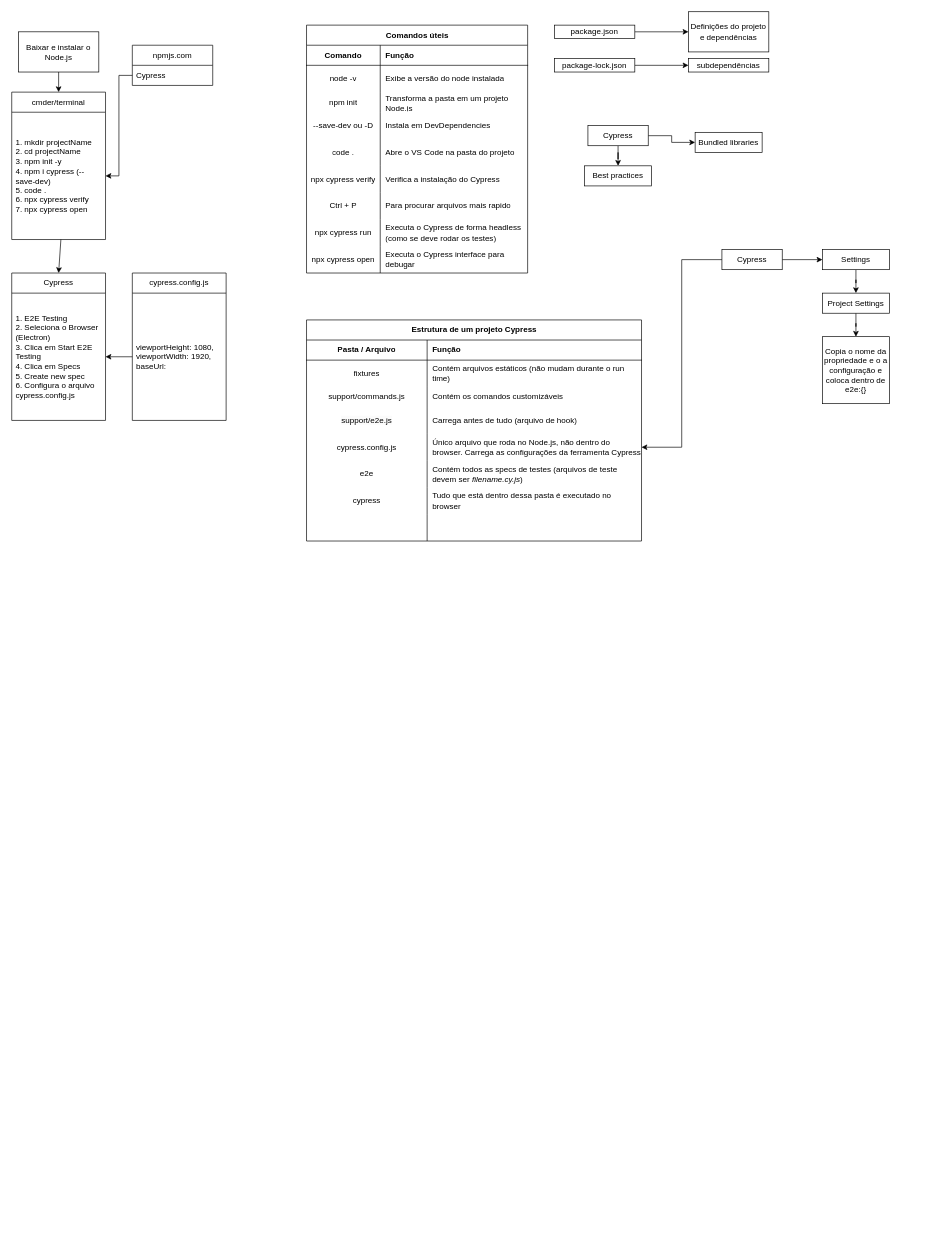
Earlier version of the draw.io diagram page "setup" (2 of 4) of introdutorio.drawio (ignaciohrafael/projetoCy). Source tidied: cells renumbered, new cells numbered last; positions are measured from the earlier drawing's top-left corner, leaving out a move shared by most shapes. Both pictures are drawn from the tidied source at 67%, with x=0, y=0 at pixel (11, 11).
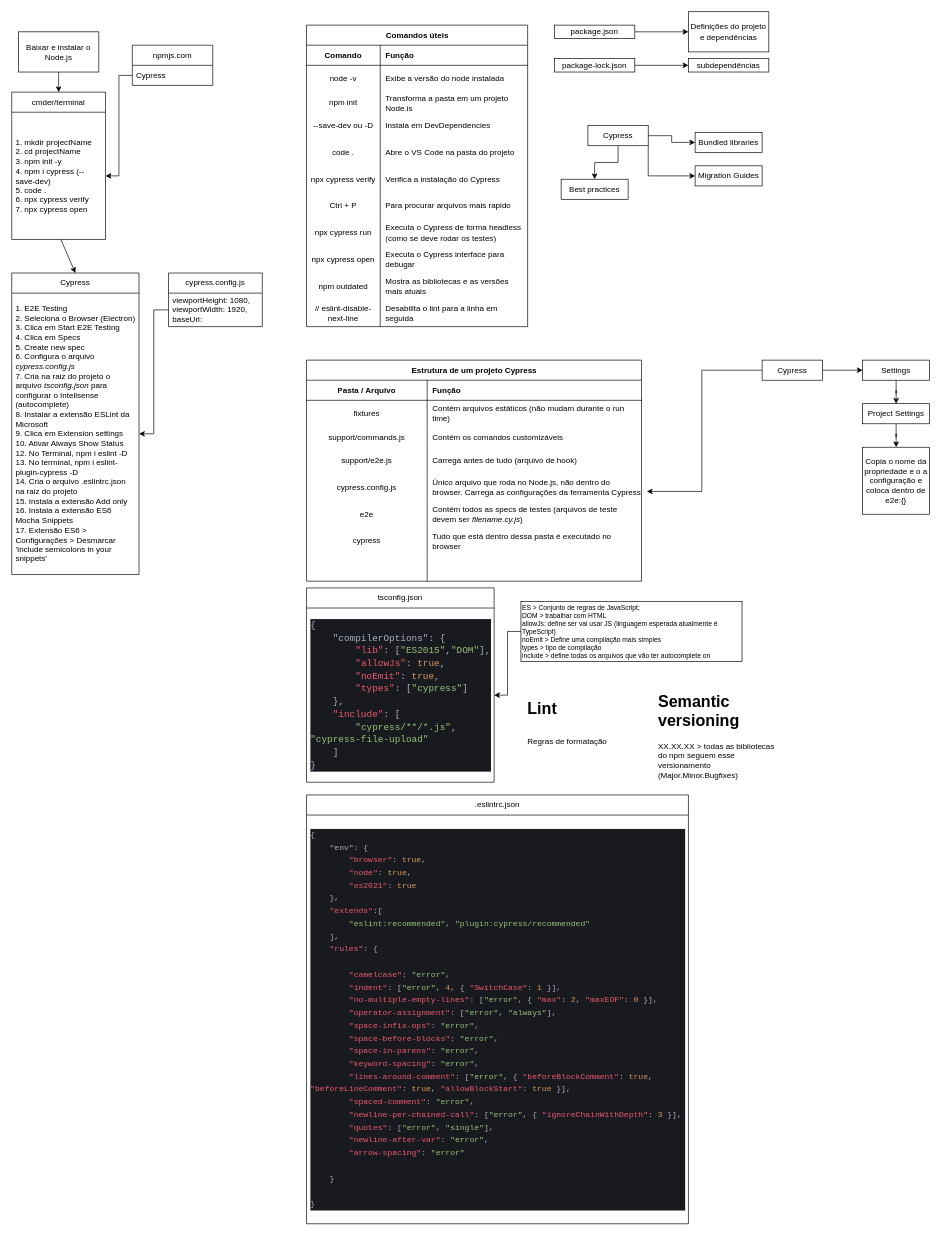
After the change.

Unchanged cells that the change refers to:
```xml
<mxCell id="45" value="Cypress" style="whiteSpace=wrap;html=1;" parent="1" vertex="1">
  <mxGeometry x="860" y="170" width="90" height="30" as="geometry" />
</mxCell>
<mxCell id="67" style="shape=tableRow;horizontal=0;startSize=0;swimlaneHead=0;swimlaneBody=0;fillColor=none;points=[[0,0.5],[1,0.5]];portConstraint=eastwest;top=0;left=0;right=0;bottom=0;" parent="54" vertex="1">
  <mxGeometry y="170" width="500" height="40" as="geometry" />
</mxCell>
```

The edit, as a diff of the source:
```diff
@@
     <mxCell id="4" value="Comandos úteis" style="shape=table;startSize=30;childLayout=tableLayout;rowLines=0;fontStyle=1;align=center;html=1;" parent="1" vertex="1">
-      <mxGeometry x="440" y="20" width="330" height="370" as="geometry" />
+      <mxGeometry x="440" y="20" width="330" height="450" as="geometry" />
     </mxCell>
@@
+    <mxCell id="91" style="shape=tableRow;horizontal=0;startSize=0;swimlaneHead=0;swimlaneBody=0;fillColor=none;top=0;left=0;right=0;bottom=0;" parent="4" vertex="1">
+      <mxGeometry y="370" width="330" height="40" as="geometry" />
+    </mxCell>
+    <mxCell id="92" value="npm outdated" style="shape=partialRectangle;fillColor=none;top=0;left=0;bottom=0;right=0;overflow=hidden;whiteSpace=wrap;html=1;" parent="91" vertex="1">
+      <mxGeometry width="110" height="40" as="geometry" />
+    </mxCell>
+    <mxCell id="93" value="Mostra as bibliotecas e as versões mais atuais" style="shape=partialRectangle;fillColor=none;top=0;left=0;bottom=0;right=0;align=left;spacingLeft=6;overflow=hidden;whiteSpace=wrap;html=1;" parent="91" vertex="1">
+      <mxGeometry x="110" width="220" height="40" as="geometry" />
+    </mxCell>
+    <mxCell id="94" style="shape=tableRow;horizontal=0;startSize=0;swimlaneHead=0;swimlaneBody=0;fillColor=none;top=0;left=0;right=0;bottom=0;" parent="4" vertex="1">
+      <mxGeometry y="410" width="330" height="40" as="geometry" />
+    </mxCell>
+    <mxCell id="95" value="// eslint-disable-next-line" style="shape=partialRectangle;fillColor=none;top=0;left=0;bottom=0;right=0;overflow=hidden;whiteSpace=wrap;html=1;" parent="94" vertex="1">
+      <mxGeometry width="110" height="40" as="geometry" />
+    </mxCell>
+    <mxCell id="96" value="Desabilita o lint para a linha em seguida" style="shape=partialRectangle;fillColor=none;top=0;left=0;bottom=0;right=0;align=left;spacingLeft=6;overflow=hidden;whiteSpace=wrap;html=1;" parent="94" vertex="1">
+      <mxGeometry x="110" width="220" height="40" as="geometry" />
+    </mxCell>
@@
+    <mxCell id="97" style="edgeStyle=orthogonalEdgeStyle;rounded=0;jettySize=auto;html=1;exitX=1;exitY=1;exitDx=0;exitDy=0;entryX=0;entryY=0.5;entryDx=0;entryDy=0;" parent="1" edge="1" source="45" target="104">
+      <mxGeometry relative="1" as="geometry" />
+    </mxCell>
@@
     <mxCell id="46" value="Best practices" style="whiteSpace=wrap;html=1;" parent="1" vertex="1">
-      <mxGeometry x="855" y="230" width="100" height="30" as="geometry" />
+      <mxGeometry x="820" y="250" width="100" height="30" as="geometry" />
     </mxCell>
@@
     <mxCell id="51" value="Cypress" style="swimlane;fontStyle=0;horizontal=1;startSize=30;whiteSpace=wrap;html=1;" parent="1" vertex="1">
-      <mxGeometry y="390" width="140" height="220" as="geometry" />
+      <mxGeometry y="390" width="190" height="450" as="geometry" />
     </mxCell>
-    <mxCell id="52" value="1. E2E Testing&lt;br&gt;2. Seleciona o Browser (Electron)&lt;br&gt;3. Clica em Start E2E Testing&lt;br&gt;4. Clica em Specs&lt;br&gt;5. Create new spec&lt;br&gt;6. Configura o arquivo cypress.config.js" style="text;strokeColor=none;fillColor=none;align=left;verticalAlign=middle;spacingLeft=4;spacingRight=4;overflow=hidden;points=[[0,0.5],[1,0.5]];portConstraint=eastwest;whiteSpace=wrap;html=1;" parent="51" vertex="1">
-      <mxGeometry y="30" width="140" height="190" as="geometry" />
+    <mxCell id="52" value="1. E2E Testing&lt;br&gt;2. Seleciona o Browser (Electron)&lt;br&gt;3. Clica em Start E2E Testing&lt;br&gt;4. Clica em Specs&lt;br&gt;5. Create new spec&lt;br&gt;6. Configura o arquivo &lt;i&gt;cypress.config.js&lt;/i&gt;&lt;br&gt;7. Cria na raiz do projeto o arquivo &lt;i&gt;tsconfig.json&lt;/i&gt; para configurar o Intelisense (autocomplete)&lt;br&gt;8. Instalar a extensão ESLint da Microsoft&lt;br&gt;9. Clica em Extension settings&lt;br&gt;10. Ativar Always Show Status&lt;br&gt;12. No Terminal, npm i eslint -D&lt;br&gt;13. No terminal, npm i eslint-plugin-cypress -D&lt;br&gt;14. Cria o arquivo .eslintrc.json na raiz do projeto&lt;br&gt;15. Instala a extensão Add only&lt;br&gt;16. Instala a extensão ES6 Mocha Snippets&lt;br&gt;17. Extensão ES6 &amp;gt; Configurações &amp;gt; Desmarcar 'Include semicolons in your snippets'" style="text;strokeColor=none;fillColor=none;align=left;verticalAlign=middle;spacingLeft=4;spacingRight=4;overflow=hidden;points=[[0,0.5],[1,0.5]];portConstraint=eastwest;whiteSpace=wrap;html=1;" parent="51" vertex="1">
+      <mxGeometry y="30" width="190" height="420" as="geometry" />
     </mxCell>
@@
     <mxCell id="54" value="Estrutura de um projeto Cypress" style="shape=table;startSize=30;childLayout=tableLayout;rowLines=0;fontStyle=1;align=center;html=1;" parent="1" vertex="1">
-      <mxGeometry x="440" y="460" width="500" height="330" as="geometry" />
+      <mxGeometry x="440" y="520" width="500" height="330" as="geometry" />
     </mxCell>
@@
-    <mxCell id="80" style="edgeStyle=orthogonalEdgeStyle;rounded=0;jettySize=auto;html=1;exitX=0;exitY=0.5;exitDx=0;exitDy=0;entryX=1;entryY=0.5;entryDx=0;entryDy=0;" parent="1" edge="1" source="81" target="67">
-      <mxGeometry relative="1" as="geometry" />
-    </mxCell>
     <mxCell id="81" value="Cypress" style="whiteSpace=wrap;html=1;" parent="1" vertex="1">
-      <mxGeometry x="1060" y="355" width="90" height="30" as="geometry" />
+      <mxGeometry x="1120" y="520" width="90" height="30" as="geometry" />
     </mxCell>
@@
     <mxCell id="83" value="Settings" style="whiteSpace=wrap;html=1;" parent="1" vertex="1">
-      <mxGeometry x="1210" y="355" width="100" height="30" as="geometry" />
+      <mxGeometry x="1270" y="520" width="100" height="30" as="geometry" />
     </mxCell>
@@
     <mxCell id="85" value="Project Settings" style="whiteSpace=wrap;html=1;" parent="1" vertex="1">
-      <mxGeometry x="1210" y="420" width="100" height="30" as="geometry" />
+      <mxGeometry x="1270" y="585" width="100" height="30" as="geometry" />
     </mxCell>
     <mxCell id="86" value="Copia o nome da propriedade e o a configuração e coloca dentro de e2e:{}" style="whiteSpace=wrap;html=1;" parent="1" vertex="1">
-      <mxGeometry x="1210" y="485" width="100" height="100" as="geometry" />
+      <mxGeometry x="1270" y="650" width="100" height="100" as="geometry" />
     </mxCell>
     <mxCell id="87" value="cypress.config.js" style="swimlane;fontStyle=0;horizontal=1;startSize=30;whiteSpace=wrap;html=1;" parent="1" vertex="1">
-      <mxGeometry x="180" y="390" width="140" height="220" as="geometry" />
+      <mxGeometry x="234" y="390" width="140" height="80" as="geometry" />
     </mxCell>
     <mxCell id="88" value="viewportHeight: 1080,&lt;br&gt;viewportWidth: 1920,&amp;nbsp;&lt;br&gt;baseUrl:&amp;nbsp;" style="text;strokeColor=none;fillColor=none;align=left;verticalAlign=middle;spacingLeft=4;spacingRight=4;overflow=hidden;points=[[0,0.5],[1,0.5]];portConstraint=eastwest;whiteSpace=wrap;html=1;" parent="87" vertex="1">
-      <mxGeometry y="30" width="140" height="190" as="geometry" />
+      <mxGeometry y="30" width="140" height="50" as="geometry" />
     </mxCell>
@@
+    <mxCell id="98" value="tsconfig.json" style="swimlane;fontStyle=0;horizontal=1;startSize=30;whiteSpace=wrap;html=1;" parent="1" vertex="1">
+      <mxGeometry x="440" y="860" width="280" height="290" as="geometry" />
+    </mxCell>
+    <mxCell id="99" value="&lt;div style=&quot;color: rgb(171, 178, 191); background-color: rgb(24, 26, 31); font-family: Consolas, &amp;quot;Courier New&amp;quot;, monospace; font-size: 14px; line-height: 19px;&quot;&gt;&lt;div&gt;{&lt;/div&gt;&lt;div&gt;&amp;nbsp; &amp;nbsp; &quot;compilerOptions&quot;: {&lt;/div&gt;&lt;div&gt;&amp;nbsp; &amp;nbsp; &amp;nbsp; &amp;nbsp; &lt;span style=&quot;color: #ef596f;&quot;&gt;&quot;lib&quot;&lt;/span&gt;: [&lt;span style=&quot;color: #98c379;&quot;&gt;&quot;ES2015&quot;&lt;/span&gt;,&lt;span style=&quot;color: #98c379;&quot;&gt;&quot;DOM&quot;&lt;/span&gt;],&lt;/div&gt;&lt;div&gt;&amp;nbsp; &amp;nbsp; &amp;nbsp; &amp;nbsp; &lt;span style=&quot;color: #ef596f;&quot;&gt;&quot;allowJs&quot;&lt;/span&gt;: &lt;span style=&quot;color: #d8985f;&quot;&gt;true&lt;/span&gt;,&lt;/div&gt;&lt;div&gt;&amp;nbsp; &amp;nbsp; &amp;nbsp; &amp;nbsp; &lt;span style=&quot;color: #ef596f;&quot;&gt;&quot;noEmit&quot;&lt;/span&gt;: &lt;span style=&quot;color: #d8985f;&quot;&gt;true&lt;/span&gt;,&lt;/div&gt;&lt;div&gt;&amp;nbsp; &amp;nbsp; &amp;nbsp; &amp;nbsp; &lt;span style=&quot;color: #ef596f;&quot;&gt;&quot;types&quot;&lt;/span&gt;: [&lt;span style=&quot;color: #98c379;&quot;&gt;&quot;cypress&quot;&lt;/span&gt;]&lt;/div&gt;&lt;div&gt;&amp;nbsp; &amp;nbsp; },&lt;/div&gt;&lt;div&gt;&amp;nbsp; &amp;nbsp; &lt;span style=&quot;color: #ef596f;&quot;&gt;&quot;include&quot;&lt;/span&gt;: [&lt;/div&gt;&lt;div&gt;&amp;nbsp; &amp;nbsp; &amp;nbsp; &amp;nbsp; &lt;span style=&quot;color: #98c379;&quot;&gt;&quot;cypress/**/*.js&quot;&lt;/span&gt;, &lt;span style=&quot;color: #98c379;&quot;&gt;&quot;cypress-file-upload&quot;&lt;/span&gt;&lt;/div&gt;&lt;div&gt;&amp;nbsp; &amp;nbsp; ]&lt;/div&gt;&lt;div&gt;}&lt;/div&gt;&lt;/div&gt;" style="text;strokeColor=none;fillColor=none;align=left;verticalAlign=middle;spacingLeft=4;spacingRight=4;overflow=hidden;points=[[0,0.5],[1,0.5]];portConstraint=eastwest;whiteSpace=wrap;html=1;" parent="98" vertex="1">
+      <mxGeometry y="30" width="280" height="260" as="geometry" />
+    </mxCell>
+    <mxCell id="100" style="edgeStyle=orthogonalEdgeStyle;rounded=0;jettySize=auto;html=1;" parent="1" edge="1" source="101" target="99">
+      <mxGeometry relative="1" as="geometry" />
+    </mxCell>
+    <mxCell id="101" value="ES &amp;gt; Conjunto de regras de JavaScript;&lt;br style=&quot;font-size: 10px;&quot;&gt;DOM &amp;gt; trabalhar com HTML&lt;br style=&quot;font-size: 10px;&quot;&gt;allowJs: define ser vai usar JS (linguagem esperada atualmente é TypeScript)&lt;br style=&quot;font-size: 10px;&quot;&gt;noEmit &amp;gt; Define uma compilação mais simples&lt;br style=&quot;font-size: 10px;&quot;&gt;types &amp;gt; tipo de compilação&lt;br style=&quot;font-size: 10px;&quot;&gt;include &amp;gt; define todas os arquivos que vão ter autocomplete on" style="rounded=0;whiteSpace=wrap;html=1;align=left;fontSize=10;" parent="1" vertex="1">
+      <mxGeometry x="760" y="880" width="330" height="90" as="geometry" />
+    </mxCell>
+    <mxCell id="102" value="&lt;h1&gt;&lt;span style=&quot;background-color: initial;&quot;&gt;Lint&lt;/span&gt;&lt;/h1&gt;&lt;h1&gt;&lt;span style=&quot;font-size: 12px; font-weight: 400;&quot;&gt;Regras de formatação&lt;/span&gt;&lt;/h1&gt;" style="text;html=1;strokeColor=none;fillColor=none;spacing=5;spacingTop=-20;whiteSpace=wrap;overflow=hidden;rounded=0;" parent="1" vertex="1">
+      <mxGeometry x="765" y="1020" width="315" height="120" as="geometry" />
+    </mxCell>
+    <mxCell id="103" value="&lt;h1&gt;Semantic versioning&lt;/h1&gt;&lt;p&gt;XX.XX.XX &amp;gt; todas as bibliotecas do npm seguem esse versionamento (Major.Minor.Bugfixes)&lt;/p&gt;" style="text;html=1;strokeColor=none;fillColor=none;spacing=5;spacingTop=-20;whiteSpace=wrap;overflow=hidden;rounded=0;" parent="1" vertex="1">
+      <mxGeometry x="960" y="1010" width="190" height="150" as="geometry" />
+    </mxCell>
+    <mxCell id="104" value="Migration Guides" style="whiteSpace=wrap;html=1;" parent="1" vertex="1">
+      <mxGeometry x="1020" y="230" width="100" height="30" as="geometry" />
+    </mxCell>
+    <mxCell id="105" value=".eslintrc.json" style="swimlane;fontStyle=0;horizontal=1;startSize=30;whiteSpace=wrap;html=1;" parent="1" vertex="1">
+      <mxGeometry x="440" y="1169" width="570" height="640" as="geometry" />
+    </mxCell>
+    <mxCell id="106" value="&lt;div style=&quot;color: rgb(171, 178, 191); background-color: rgb(24, 26, 31); font-family: Consolas, &amp;quot;Courier New&amp;quot;, monospace; line-height: 19px;&quot;&gt;&lt;div style=&quot;line-height: 19px;&quot;&gt;&lt;div&gt;{&lt;/div&gt;&lt;div&gt;&amp;nbsp; &amp;nbsp; &quot;env&quot;: {&lt;/div&gt;&lt;div&gt;&amp;nbsp; &amp;nbsp; &amp;nbsp; &amp;nbsp; &lt;span style=&quot;color: #ef596f;&quot;&gt;&quot;browser&quot;&lt;/span&gt;: &lt;span style=&quot;color: #d8985f;&quot;&gt;true&lt;/span&gt;,&lt;/div&gt;&lt;div&gt;&amp;nbsp; &amp;nbsp; &amp;nbsp; &amp;nbsp; &lt;span style=&quot;color: #ef596f;&quot;&gt;&quot;node&quot;&lt;/span&gt;: &lt;span style=&quot;color: #d8985f;&quot;&gt;true&lt;/span&gt;,&lt;/div&gt;&lt;div&gt;&amp;nbsp; &amp;nbsp; &amp;nbsp; &amp;nbsp; &lt;span style=&quot;color: #ef596f;&quot;&gt;&quot;es2021&quot;&lt;/span&gt;: &lt;span style=&quot;color: #d8985f;&quot;&gt;true&lt;/span&gt;&lt;/div&gt;&lt;div&gt;&amp;nbsp; &amp;nbsp; },&lt;/div&gt;&lt;div&gt;&amp;nbsp; &amp;nbsp; &lt;span style=&quot;color: #ef596f;&quot;&gt;&quot;extends&quot;&lt;/span&gt;:[&lt;/div&gt;&lt;div&gt;&amp;nbsp; &amp;nbsp; &amp;nbsp; &amp;nbsp; &lt;span style=&quot;color: #98c379;&quot;&gt;&quot;eslint:recommended&quot;&lt;/span&gt;, &lt;span style=&quot;color: #98c379;&quot;&gt;&quot;plugin:cypress/recommended&quot;&lt;/span&gt;&lt;/div&gt;&lt;div&gt;&amp;nbsp; &amp;nbsp; ],&lt;/div&gt;&lt;div&gt;&amp;nbsp; &amp;nbsp; &lt;span style=&quot;color: #ef596f;&quot;&gt;&quot;rules&quot;&lt;/span&gt;: {&lt;/div&gt;&lt;br&gt;&lt;div&gt;&amp;nbsp; &amp;nbsp; &amp;nbsp; &amp;nbsp; &lt;span style=&quot;color: #ef596f;&quot;&gt;&quot;camelcase&quot;&lt;/span&gt;: &lt;span style=&quot;color: #98c379;&quot;&gt;&quot;error&quot;&lt;/span&gt;,&lt;/div&gt;&lt;div&gt;&amp;nbsp; &amp;nbsp; &amp;nbsp; &amp;nbsp; &lt;span style=&quot;color: #ef596f;&quot;&gt;&quot;indent&quot;&lt;/span&gt;: [&lt;span style=&quot;color: #98c379;&quot;&gt;&quot;error&quot;&lt;/span&gt;, &lt;span style=&quot;color: #d8985f;&quot;&gt;4&lt;/span&gt;, { &lt;span style=&quot;color: #ef596f;&quot;&gt;&quot;SwitchCase&quot;&lt;/span&gt;: &lt;span style=&quot;color: #d8985f;&quot;&gt;1&lt;/span&gt; }],&lt;/div&gt;&lt;div&gt;&amp;nbsp; &amp;nbsp; &amp;nbsp; &amp;nbsp; &lt;span style=&quot;color: #ef596f;&quot;&gt;&quot;no-multiple-empty-lines&quot;&lt;/span&gt;: [&lt;span style=&quot;color: #98c379;&quot;&gt;&quot;error&quot;&lt;/span&gt;, { &lt;span style=&quot;color: #ef596f;&quot;&gt;&quot;max&quot;&lt;/span&gt;: &lt;span style=&quot;color: #d8985f;&quot;&gt;2&lt;/span&gt;, &lt;span style=&quot;color: #ef596f;&quot;&gt;&quot;maxEOF&quot;&lt;/span&gt;: &lt;span style=&quot;color: #d8985f;&quot;&gt;0&lt;/span&gt; }],&lt;/div&gt;&lt;div&gt;&amp;nbsp; &amp;nbsp; &amp;nbsp; &amp;nbsp; &lt;span style=&quot;color: #ef596f;&quot;&gt;&quot;operator-assignment&quot;&lt;/span&gt;: [&lt;span style=&quot;color: #98c379;&quot;&gt;&quot;error&quot;&lt;/span&gt;, &lt;span style=&quot;color: #98c379;&quot;&gt;&quot;always&quot;&lt;/span&gt;],&lt;/div&gt;&lt;div&gt;&amp;nbsp; &amp;nbsp; &amp;nbsp; &amp;nbsp; &lt;span style=&quot;color: #ef596f;&quot;&gt;&quot;space-infix-ops&quot;&lt;/span&gt;: &lt;span style=&quot;color: #98c379;&quot;&gt;&quot;error&quot;&lt;/span&gt;,&lt;/div&gt;&lt;div&gt;&amp;nbsp; &amp;nbsp; &amp;nbsp; &amp;nbsp; &lt;span style=&quot;color: #ef596f;&quot;&gt;&quot;space-before-blocks&quot;&lt;/span&gt;: &lt;span style=&quot;color: #98c379;&quot;&gt;&quot;error&quot;&lt;/span&gt;,&lt;/div&gt;&lt;div&gt;&amp;nbsp; &amp;nbsp; &amp;nbsp; &amp;nbsp; &lt;span style=&quot;color: #ef596f;&quot;&gt;&quot;space-in-parens&quot;&lt;/span&gt;: &lt;span style=&quot;color: #98c379;&quot;&gt;&quot;error&quot;&lt;/span&gt;,&lt;/div&gt;&lt;div&gt;&amp;nbsp; &amp;nbsp; &amp;nbsp; &amp;nbsp; &lt;span style=&quot;color: #ef596f;&quot;&gt;&quot;keyword-spacing&quot;&lt;/span&gt;: &lt;span style=&quot;color: #98c379;&quot;&gt;&quot;error&quot;&lt;/span&gt;,&lt;/div&gt;&lt;div&gt;&amp;nbsp; &amp;nbsp; &amp;nbsp; &amp;nbsp; &lt;span style=&quot;color: #ef596f;&quot;&gt;&quot;lines-around-comment&quot;&lt;/span&gt;: [&lt;span style=&quot;color: #98c379;&quot;&gt;&quot;error&quot;&lt;/span&gt;, { &lt;span style=&quot;color: #ef596f;&quot;&gt;&quot;beforeBlockComment&quot;&lt;/span&gt;: &lt;span style=&quot;color: #d8985f;&quot;&gt;true&lt;/span&gt;, &lt;span style=&quot;color: #ef596f;&quot;&gt;&quot;beforeLineComment&quot;&lt;/span&gt;: &lt;span style=&quot;color: #d8985f;&quot;&gt;true&lt;/span&gt;, &lt;span style=&quot;color: #ef596f;&quot;&gt;&quot;allowBlockStart&quot;&lt;/span&gt;: &lt;span style=&quot;color: #d8985f;&quot;&gt;true&lt;/span&gt; }],&lt;/div&gt;&lt;div&gt;&amp;nbsp; &amp;nbsp; &amp;nbsp; &amp;nbsp; &lt;span style=&quot;color: #ef596f;&quot;&gt;&quot;spaced-comment&quot;&lt;/span&gt;: &lt;span style=&quot;color: #98c379;&quot;&gt;&quot;error&quot;&lt;/span&gt;,&lt;/div&gt;&lt;div&gt;&amp;nbsp; &amp;nbsp; &amp;nbsp; &amp;nbsp; &lt;span style=&quot;color: #ef596f;&quot;&gt;&quot;newline-per-chained-call&quot;&lt;/span&gt;: [&lt;span style=&quot;color: #98c379;&quot;&gt;&quot;error&quot;&lt;/span&gt;, { &lt;span style=&quot;color: #ef596f;&quot;&gt;&quot;ignoreChainWithDepth&quot;&lt;/span&gt;: &lt;span style=&quot;color: #d8985f;&quot;&gt;3&lt;/span&gt; }],&lt;/div&gt;&lt;div&gt;&amp;nbsp; &amp;nbsp; &amp;nbsp; &amp;nbsp; &lt;span style=&quot;color: #ef596f;&quot;&gt;&quot;quotes&quot;&lt;/span&gt;: [&lt;span style=&quot;color: #98c379;&quot;&gt;&quot;error&quot;&lt;/span&gt;, &lt;span style=&quot;color: #98c379;&quot;&gt;&quot;single&quot;&lt;/span&gt;],&lt;/div&gt;&lt;div&gt;&amp;nbsp; &amp;nbsp; &amp;nbsp; &amp;nbsp; &lt;span style=&quot;color: #ef596f;&quot;&gt;&quot;newline-after-var&quot;&lt;/span&gt;: &lt;span style=&quot;color: #98c379;&quot;&gt;&quot;error&quot;&lt;/span&gt;,&lt;/div&gt;&lt;div&gt;&amp;nbsp; &amp;nbsp; &amp;nbsp; &amp;nbsp; &lt;span style=&quot;color: #ef596f;&quot;&gt;&quot;arrow-spacing&quot;&lt;/span&gt;: &lt;span style=&quot;color: #98c379;&quot;&gt;&quot;error&quot;&lt;/span&gt;&lt;/div&gt;&lt;br&gt;&lt;div&gt;&amp;nbsp; &amp;nbsp; }&lt;/div&gt;&lt;br&gt;&lt;div&gt;}&lt;/div&gt;&lt;/div&gt;&lt;/div&gt;" style="text;strokeColor=none;fillColor=none;align=left;verticalAlign=middle;spacingLeft=4;spacingRight=4;overflow=hidden;whiteSpace=wrap;html=1;" parent="105" vertex="1">
+      <mxGeometry y="30" width="570" height="610" as="geometry" />
+    </mxCell>
+    <mxCell id="80" style="edgeStyle=orthogonalEdgeStyle;rounded=0;jettySize=auto;html=1;exitX=0;exitY=0.5;exitDx=0;exitDy=0;entryX=1.016;entryY=0.65;entryDx=0;entryDy=0;entryPerimeter=0;" parent="1" edge="1" source="81" target="67">
+      <mxGeometry relative="1" as="geometry" />
+    </mxCell>
```
